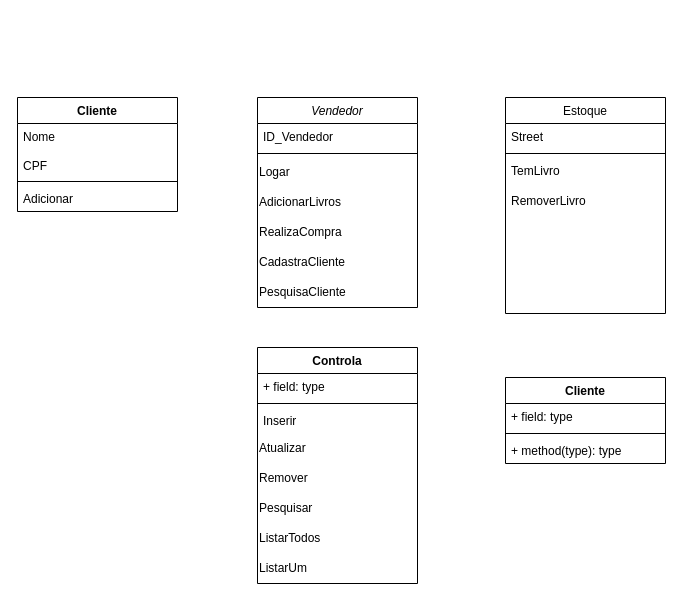
This is Documentação/UML_Primeira_Parte.drawio from AlecrimLunar/Banco-de-dados-Livraria, a draw.io file, before an edit. Source tidied: cells renumbered, new cells numbered last; positions are measured from the earlier drawing's top-left corner, leaving out a move shared by most shapes. Both pictures are drawn from the tidied source at 100%, with x=0, y=0 at pixel (17, 97).
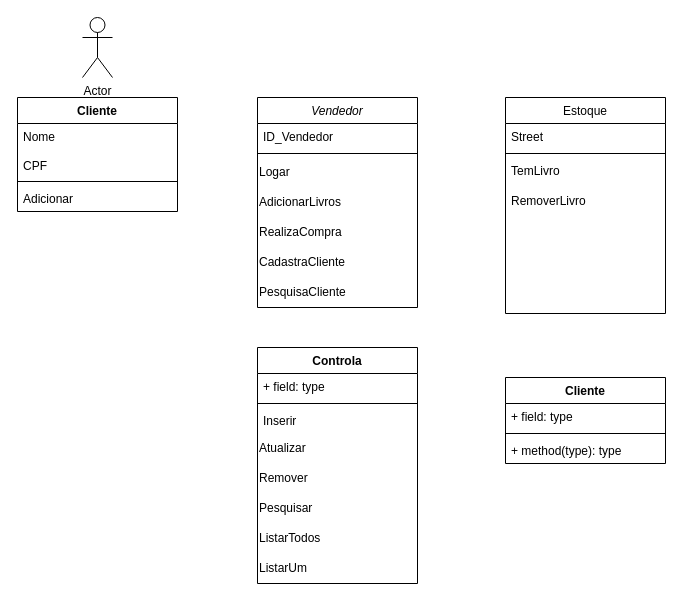
The same diagram, later.

Change to the diagram source:
```diff
@@
+    <mxCell id="32" value="Actor" style="shape=umlActor;verticalLabelPosition=bottom;verticalAlign=top;html=1;" parent="1" vertex="1">
+      <mxGeometry x="65" y="-80" width="30" height="60" as="geometry" />
+    </mxCell>
```
